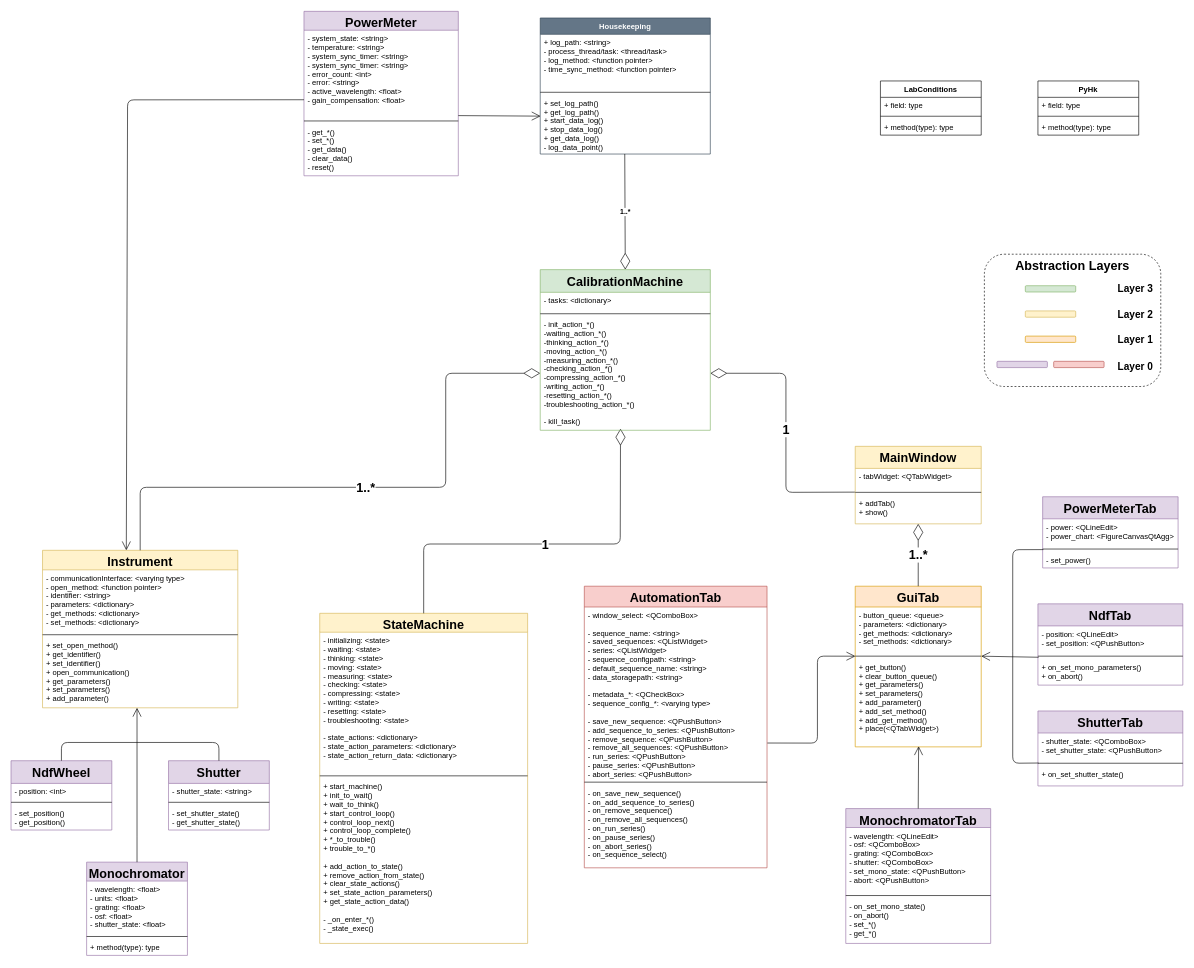
This is SPHEREx-Calibration-Automation/presentations/Review/SPHEREx_TestCal_AutomationSoftware.drawio from samcondon4/SPHEREx-lab-tools, a draw.io file, before an edit. Source tidied: cells renumbered, new cells numbered last; positions are measured from the earlier drawing's top-left corner, leaving out a move shared by most shapes. Both pictures are drawn from the tidied source at 63%, with x=0, y=0 at pixel (11, 11).
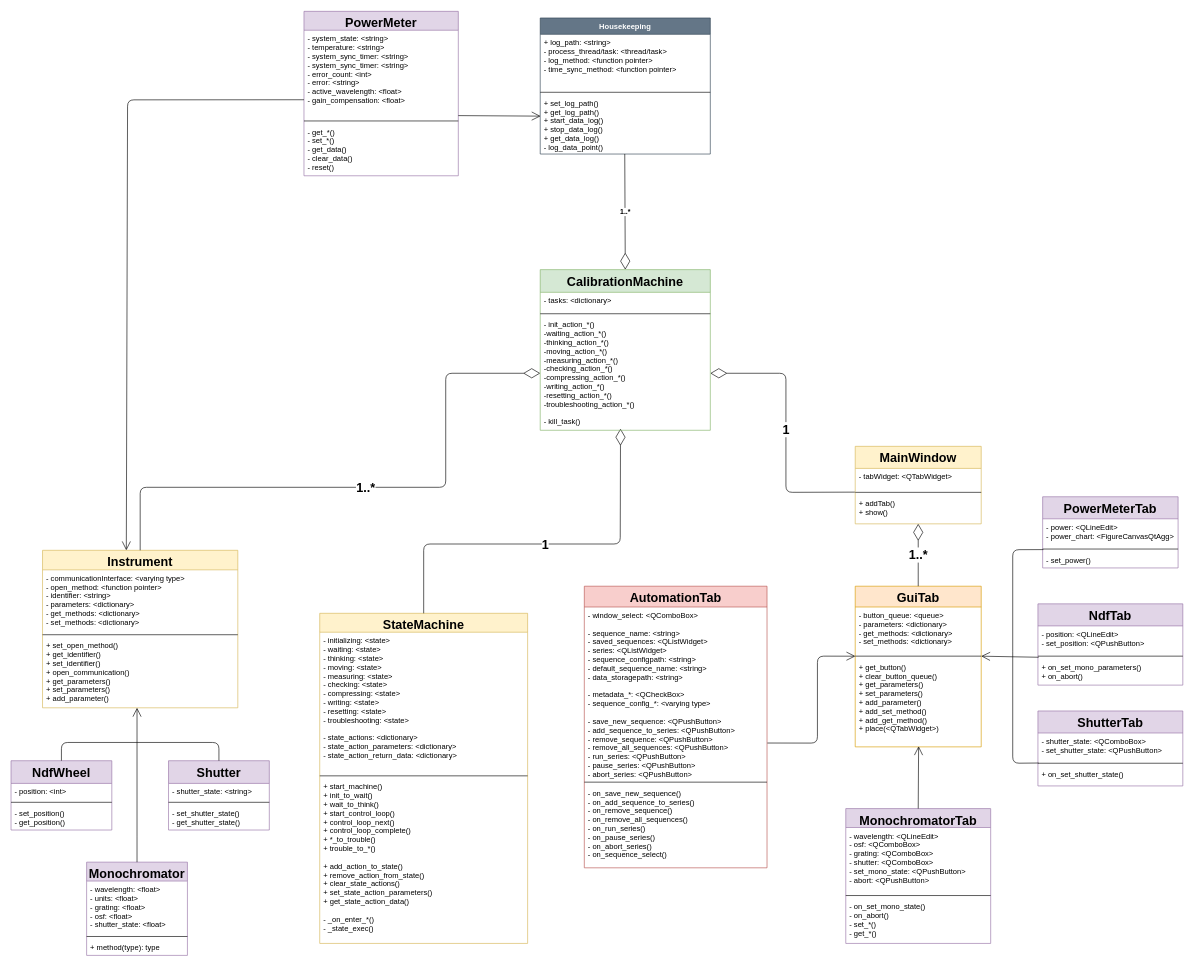
After the change.

Diff of the diagram source:
```diff
@@
-    <mxCell id="2" value="Abstraction Layers" style="rounded=1;whiteSpace=wrap;html=1;fontSize=20;align=center;fillColor=none;dashed=1;verticalAlign=top;fontStyle=1;" parent="1" vertex="1">
-      <mxGeometry x="1545" y="386" width="280" height="210" as="geometry" />
-    </mxCell>
@@
-    <mxCell id="72" style="rounded=1;whiteSpace=wrap;html=1;fontSize=12;strokeColor=#d6b656;align=left;fillColor=#fff2cc;" parent="1" vertex="1">
-      <mxGeometry x="1610" y="476" width="80" height="10" as="geometry" />
-    </mxCell>
-    <mxCell id="73" style="rounded=1;whiteSpace=wrap;html=1;fontSize=12;strokeColor=#b85450;align=left;fillColor=#f8cecc;" parent="1" vertex="1">
-      <mxGeometry x="1655" y="556" width="80" height="10" as="geometry" />
-    </mxCell>
-    <mxCell id="74" style="rounded=1;whiteSpace=wrap;html=1;fontSize=12;strokeColor=#9673a6;align=left;fillColor=#e1d5e7;" parent="1" vertex="1">
-      <mxGeometry x="1565" y="556" width="80" height="10" as="geometry" />
-    </mxCell>
-    <mxCell id="75" style="rounded=1;whiteSpace=wrap;html=1;fontSize=12;strokeColor=#d79b00;align=left;fillColor=#ffe6cc;" parent="1" vertex="1">
-      <mxGeometry x="1610" y="516" width="80" height="10" as="geometry" />
-    </mxCell>
-    <mxCell id="76" style="rounded=1;whiteSpace=wrap;html=1;fontSize=12;strokeColor=#82b366;align=left;fillColor=#d5e8d4;" parent="1" vertex="1">
-      <mxGeometry x="1610" y="436" width="80" height="10" as="geometry" />
-    </mxCell>
-    <mxCell id="77" value="Layer 0" style="text;html=1;strokeColor=none;fillColor=none;align=center;verticalAlign=middle;whiteSpace=wrap;rounded=0;fontStyle=1;fontSize=16;" parent="1" vertex="1">
-      <mxGeometry x="1755" y="556" width="60" height="15" as="geometry" />
-    </mxCell>
-    <mxCell id="78" value="Layer 1" style="text;html=1;strokeColor=none;fillColor=none;align=center;verticalAlign=middle;whiteSpace=wrap;rounded=0;fontStyle=1;fontSize=16;" parent="1" vertex="1">
-      <mxGeometry x="1755" y="511" width="60" height="20" as="geometry" />
-    </mxCell>
-    <mxCell id="79" value="Layer 2" style="text;html=1;strokeColor=none;fillColor=none;align=center;verticalAlign=middle;whiteSpace=wrap;rounded=0;fontStyle=1;fontSize=16;" parent="1" vertex="1">
-      <mxGeometry x="1755" y="471" width="60" height="20" as="geometry" />
-    </mxCell>
-    <mxCell id="80" value="Layer 3" style="text;html=1;strokeColor=none;fillColor=none;align=center;verticalAlign=middle;whiteSpace=wrap;rounded=0;fontStyle=1;fontSize=16;" parent="1" vertex="1">
-      <mxGeometry x="1755" y="431" width="60" height="20" as="geometry" />
-    </mxCell>
@@
-    <mxCell id="86" value="PyHk&#10;" style="swimlane;fontStyle=1;align=center;verticalAlign=top;horizontal=1;startSize=26;" parent="1" vertex="1">
-      <mxGeometry x="1630" y="111" width="160" height="86" as="geometry" />
-    </mxCell>
-    <mxCell id="87" value="+ field: type" style="text;strokeColor=none;fillColor=none;align=left;verticalAlign=top;spacingLeft=4;spacingRight=4;overflow=hidden;" parent="86" vertex="1">
-      <mxGeometry y="26" width="160" height="26" as="geometry" />
-    </mxCell>
-    <mxCell id="88" style="line;strokeWidth=1;fillColor=none;align=left;verticalAlign=middle;spacingTop=-1;spacingLeft=3;spacingRight=3;labelPosition=right;" parent="86" vertex="1">
-      <mxGeometry y="52" width="160" height="8" as="geometry" />
-    </mxCell>
-    <mxCell id="89" value="+ method(type): type" style="text;strokeColor=none;fillColor=none;align=left;verticalAlign=top;spacingLeft=4;spacingRight=4;overflow=hidden;" parent="86" vertex="1">
-      <mxGeometry y="60" width="160" height="26" as="geometry" />
-    </mxCell>
-    <mxCell id="90" value="LabConditions" style="swimlane;fontStyle=1;align=center;verticalAlign=top;horizontal=1;startSize=26;" parent="1" vertex="1">
-      <mxGeometry x="1380" y="111" width="160" height="86" as="geometry" />
-    </mxCell>
-    <mxCell id="91" value="+ field: type" style="text;strokeColor=none;fillColor=none;align=left;verticalAlign=top;spacingLeft=4;spacingRight=4;overflow=hidden;" parent="90" vertex="1">
-      <mxGeometry y="26" width="160" height="26" as="geometry" />
-    </mxCell>
-    <mxCell id="92" style="line;strokeWidth=1;fillColor=none;align=left;verticalAlign=middle;spacingTop=-1;spacingLeft=3;spacingRight=3;labelPosition=right;" parent="90" vertex="1">
-      <mxGeometry y="52" width="160" height="8" as="geometry" />
-    </mxCell>
-    <mxCell id="93" value="+ method(type): type" style="text;strokeColor=none;fillColor=none;align=left;verticalAlign=top;spacingLeft=4;spacingRight=4;overflow=hidden;" parent="90" vertex="1">
-      <mxGeometry y="60" width="160" height="26" as="geometry" />
-    </mxCell>
```
